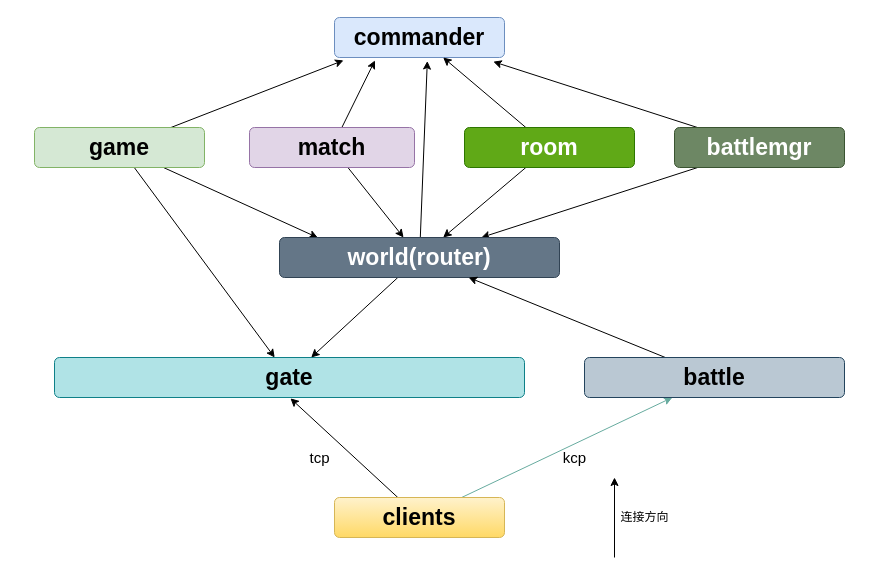
13570248114/draw keeps this draw.io diagram as Untitled Diagram.drawio. Above is the earlier version. Source tidied: cells renumbered, new cells numbered last; positions are measured from the earlier drawing's top-left corner, leaving out a move shared by most shapes. Both pictures are drawn from the tidied source at 100%, with x=0, y=0 at pixel (34, 17).
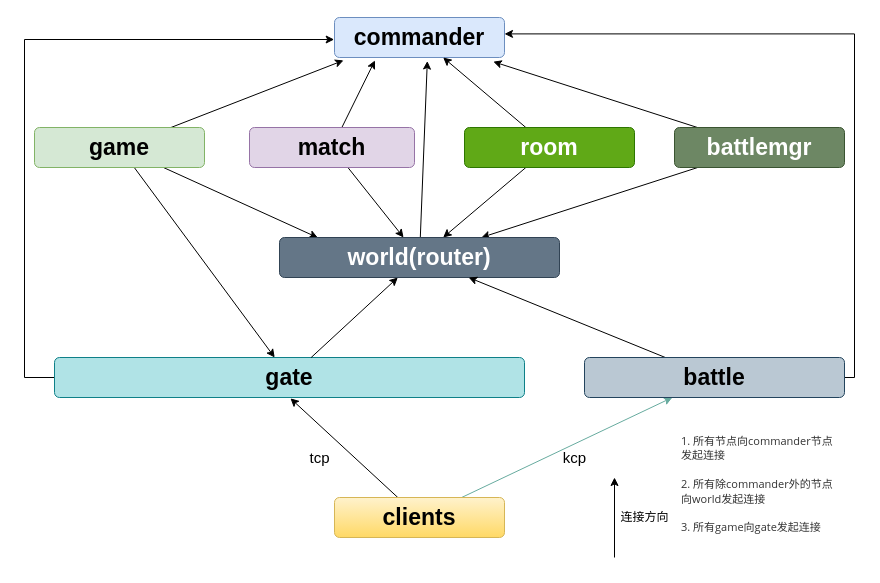
The same diagram, later.

Unchanged cells that the change refers to:
```xml
<mxCell id="2" value="&lt;span style=&quot;font-size: 23px&quot;&gt;commander&lt;/span&gt;" style="html=1;shadow=0;dashed=0;shape=mxgraph.bootstrap.rrect;rSize=5;strokeWidth=1;whiteSpace=wrap;align=center;verticalAlign=middle;spacingLeft=0;fontStyle=1;fontSize=14;spacing=5;fillColor=#dae8fc;strokeColor=#6c8ebf;" parent="1" vertex="1">
  <mxGeometry x="300" width="170" height="40" as="geometry" />
</mxCell>
<mxCell id="3" value="&lt;span style=&quot;font-size: 23px&quot;&gt;gate&lt;/span&gt;" style="html=1;shadow=0;dashed=0;shape=mxgraph.bootstrap.rrect;rSize=5;strokeWidth=1;whiteSpace=wrap;align=center;verticalAlign=middle;spacingLeft=0;fontStyle=1;fontSize=14;spacing=5;fillColor=#b0e3e6;strokeColor=#0e8088;" parent="1" vertex="1">
  <mxGeometry x="20" y="340" width="470" height="40" as="geometry" />
</mxCell>
<mxCell id="16" value="&lt;span style=&quot;font-size: 23px&quot;&gt;world(router)&lt;/span&gt;" style="html=1;shadow=0;dashed=0;shape=mxgraph.bootstrap.rrect;rSize=5;strokeWidth=1;whiteSpace=wrap;align=center;verticalAlign=middle;spacingLeft=0;fontStyle=1;fontSize=14;spacing=5;fillColor=#647687;strokeColor=#314354;fontColor=#ffffff;" parent="1" vertex="1">
  <mxGeometry x="245" y="220" width="280" height="40" as="geometry" />
</mxCell>
<mxCell id="21" value="&lt;span style=&quot;font-size: 23px&quot;&gt;battle&lt;/span&gt;" style="html=1;shadow=0;dashed=0;shape=mxgraph.bootstrap.rrect;rSize=5;strokeWidth=1;whiteSpace=wrap;align=center;verticalAlign=middle;spacingLeft=0;fontStyle=1;fontSize=14;spacing=5;fillColor=#bac8d3;strokeColor=#23445d;" parent="1" vertex="1">
  <mxGeometry x="550" y="340" width="260" height="40" as="geometry" />
</mxCell>
```

Diff of the diagram source:
```diff
@@
+    <mxCell id="29" style="edgeStyle=orthogonalEdgeStyle;rounded=0;jettySize=auto;html=1;entryX=-0.002;entryY=0.55;entryDx=0;entryDy=0;entryPerimeter=0;startArrow=none;startFill=0;endArrow=classic;endFill=1;" parent="1" edge="1" source="3" target="2">
+      <mxGeometry relative="1" as="geometry">
+        <Array as="points">
+          <mxPoint x="-10" y="360" />
+          <mxPoint x="-10" y="22" />
+        </Array>
+      </mxGeometry>
+    </mxCell>
@@
-    <mxCell id="14" style="edgeStyle=none;rounded=0;jettySize=auto;html=1;startArrow=none;startFill=0;endArrow=classic;endFill=1;strokeColor=#000000;strokeWidth=1;" parent="1" edge="1" source="16" target="3">
+    <mxCell id="14" style="edgeStyle=none;rounded=0;jettySize=auto;html=1;startArrow=classic;startFill=1;endArrow=none;endFill=0;strokeColor=#000000;strokeWidth=1;" parent="1" edge="1" source="16" target="3">
       <mxGeometry relative="1" as="geometry" />
     </mxCell>
@@
+    <mxCell id="30" style="edgeStyle=orthogonalEdgeStyle;rounded=0;jettySize=auto;html=1;entryX=1;entryY=0.41;entryDx=0;entryDy=0;entryPerimeter=0;startArrow=none;startFill=0;endArrow=classic;endFill=1;" parent="1" edge="1" source="21" target="2">
+      <mxGeometry relative="1" as="geometry">
+        <Array as="points">
+          <mxPoint x="820" y="360" />
+          <mxPoint x="820" y="16" />
+        </Array>
+      </mxGeometry>
+    </mxCell>
@@
+    <mxCell id="31" value="&lt;span style=&quot;color: rgb(51 , 51 , 51) ; font-family: &amp;#34;open sans&amp;#34; , &amp;#34;clear sans&amp;#34; , &amp;#34;helvetica neue&amp;#34; , &amp;#34;helvetica&amp;#34; , &amp;#34;arial&amp;#34; , sans-serif ; font-size: 11px ; font-style: normal ; font-weight: 400 ; letter-spacing: normal ; text-align: left ; text-indent: 0px ; text-transform: none ; word-spacing: 0px ; background-color: rgb(255 , 255 , 255) ; display: inline ; float: none&quot;&gt;1. 所有节点向commander节点发起连接&lt;br&gt;&lt;br&gt;2. 所有&lt;span style=&quot;font-family: &amp;#34;open sans&amp;#34; , &amp;#34;clear sans&amp;#34; , &amp;#34;helvetica neue&amp;#34; , &amp;#34;helvetica&amp;#34; , &amp;#34;arial&amp;#34; , sans-serif&quot;&gt;除&lt;/span&gt;&lt;span style=&quot;font-family: &amp;#34;open sans&amp;#34; , &amp;#34;clear sans&amp;#34; , &amp;#34;helvetica neue&amp;#34; , &amp;#34;helvetica&amp;#34; , &amp;#34;arial&amp;#34; , sans-serif&quot;&gt;commander外的节点向world发起连接&lt;br&gt;&lt;br&gt;&lt;/span&gt;3. 所有game向gate发起连接&lt;br&gt;&lt;/span&gt;" style="text;whiteSpace=wrap;html=1;" parent="1" vertex="1">
+      <mxGeometry x="645" y="410" width="160" height="110" as="geometry" />
+    </mxCell>
```
